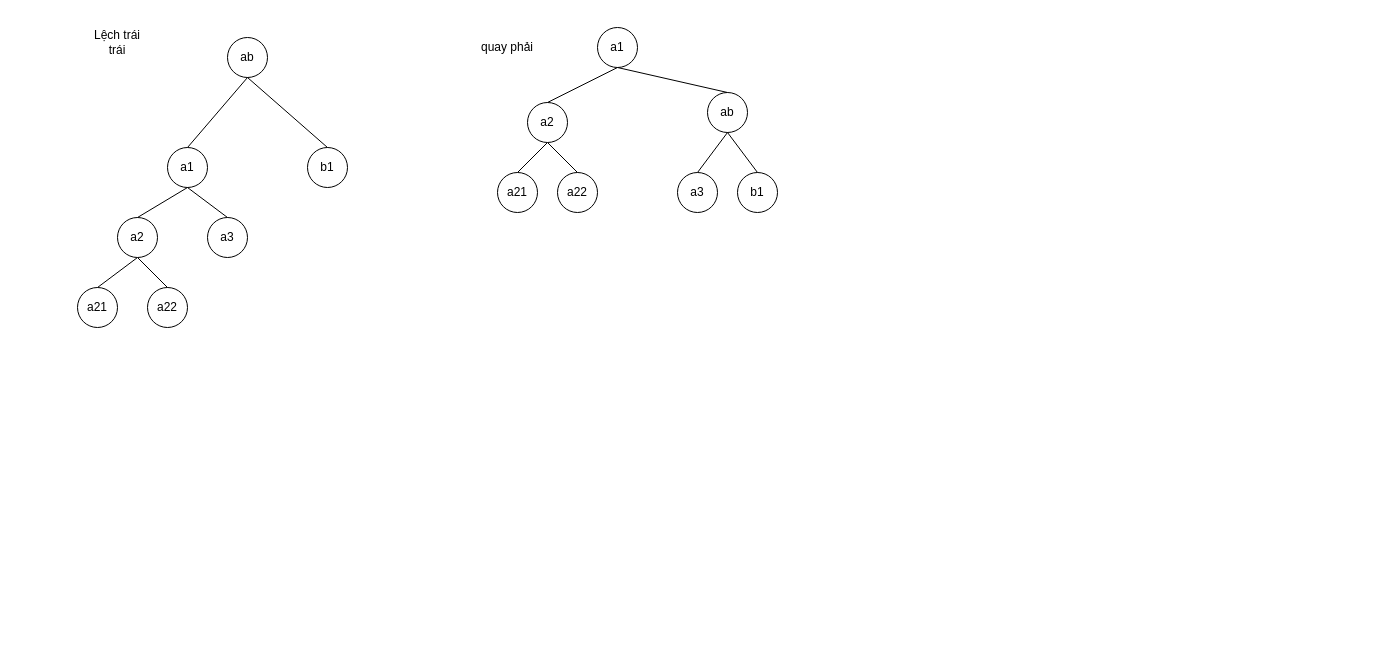
The draw.io diagram ctdl.drawio in hoThanhThien/ctdl-gt, before the edit. Source tidied: cells renumbered, new cells numbered last; positions are measured from the earlier drawing's top-left corner, leaving out a move shared by most shapes. Both pictures are drawn from the tidied source at 100%, with x=0, y=0 at pixel (77, 27).
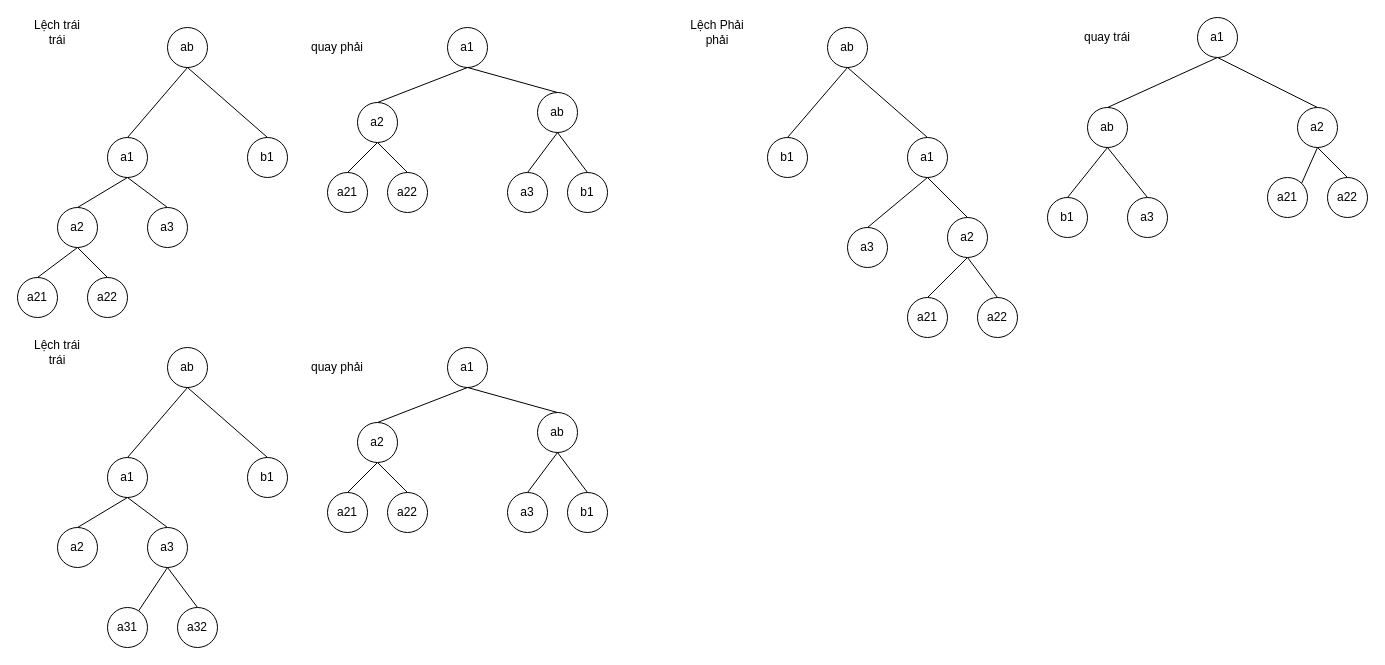
Above is the later version.

Commit message (it also covers changes not shown here):
Cập nhật ctdl.drawio

Diff of the diagram source:
```diff
@@
     <mxCell id="2" value="ab" style="ellipse;whiteSpace=wrap;html=1;" parent="1" vertex="1">
-      <mxGeometry x="150" y="10" width="40" height="40" as="geometry" />
+      <mxGeometry x="90" width="40" height="40" as="geometry" />
     </mxCell>
     <mxCell id="3" value="a1" style="ellipse;whiteSpace=wrap;html=1;" parent="1" vertex="1">
-      <mxGeometry x="90" y="120" width="40" height="40" as="geometry" />
+      <mxGeometry x="30" y="110" width="40" height="40" as="geometry" />
     </mxCell>
     <mxCell id="4" value="b1" style="ellipse;whiteSpace=wrap;html=1;" parent="1" vertex="1">
-      <mxGeometry x="230" y="120" width="40" height="40" as="geometry" />
+      <mxGeometry x="170" y="110" width="40" height="40" as="geometry" />
     </mxCell>
@@
     <mxCell id="7" value="a3" style="ellipse;whiteSpace=wrap;html=1;" parent="1" vertex="1">
-      <mxGeometry x="130" y="190" width="40" height="40" as="geometry" />
+      <mxGeometry x="70" y="180" width="40" height="40" as="geometry" />
     </mxCell>
     <mxCell id="8" value="a21" style="ellipse;whiteSpace=wrap;html=1;" parent="1" vertex="1">
-      <mxGeometry y="260" width="40" height="40" as="geometry" />
+      <mxGeometry x="-60" y="250" width="40" height="40" as="geometry" />
     </mxCell>
     <mxCell id="9" value="a22" style="ellipse;whiteSpace=wrap;html=1;" parent="1" vertex="1">
-      <mxGeometry x="70" y="260" width="40" height="40" as="geometry" />
+      <mxGeometry x="10" y="250" width="40" height="40" as="geometry" />
     </mxCell>
@@
     <mxCell id="13" value="a2" style="ellipse;whiteSpace=wrap;html=1;" parent="1" vertex="1">
-      <mxGeometry x="40" y="190" width="40" height="40" as="geometry" />
+      <mxGeometry x="-20" y="180" width="40" height="40" as="geometry" />
     </mxCell>
@@
     <mxCell id="15" value="Lệch trái trái" style="text;html=1;align=center;verticalAlign=middle;whiteSpace=wrap;rounded=0;" parent="1" vertex="1">
-      <mxGeometry x="10" width="60" height="30" as="geometry" />
+      <mxGeometry x="-50" y="-10" width="60" height="30" as="geometry" />
     </mxCell>
     <mxCell id="16" value="ab" style="ellipse;whiteSpace=wrap;html=1;" parent="1" vertex="1">
-      <mxGeometry x="630" y="65" width="40" height="40" as="geometry" />
+      <mxGeometry x="460" y="65" width="40" height="40" as="geometry" />
     </mxCell>
     <mxCell id="17" value="a1" style="ellipse;whiteSpace=wrap;html=1;" parent="1" vertex="1">
-      <mxGeometry x="520" width="40" height="40" as="geometry" />
+      <mxGeometry x="370" width="40" height="40" as="geometry" />
     </mxCell>
     <mxCell id="18" value="b1" style="ellipse;whiteSpace=wrap;html=1;" parent="1" vertex="1">
-      <mxGeometry x="660" y="145" width="40" height="40" as="geometry" />
+      <mxGeometry x="490" y="145" width="40" height="40" as="geometry" />
     </mxCell>
@@
     <mxCell id="21" value="a3" style="ellipse;whiteSpace=wrap;html=1;" parent="1" vertex="1">
-      <mxGeometry x="600" y="145" width="40" height="40" as="geometry" />
+      <mxGeometry x="430" y="145" width="40" height="40" as="geometry" />
     </mxCell>
     <mxCell id="22" value="a21" style="ellipse;whiteSpace=wrap;html=1;" parent="1" vertex="1">
-      <mxGeometry x="420" y="145" width="40" height="40" as="geometry" />
+      <mxGeometry x="250" y="145" width="40" height="40" as="geometry" />
     </mxCell>
     <mxCell id="23" value="a22" style="ellipse;whiteSpace=wrap;html=1;" parent="1" vertex="1">
-      <mxGeometry x="480" y="145" width="40" height="40" as="geometry" />
+      <mxGeometry x="310" y="145" width="40" height="40" as="geometry" />
     </mxCell>
@@
     <mxCell id="27" value="a2" style="ellipse;whiteSpace=wrap;html=1;" parent="1" vertex="1">
-      <mxGeometry x="450" y="75" width="40" height="40" as="geometry" />
+      <mxGeometry x="280" y="75" width="40" height="40" as="geometry" />
     </mxCell>
@@
     <mxCell id="29" value="quay phải" style="text;html=1;align=center;verticalAlign=middle;whiteSpace=wrap;rounded=0;" parent="1" vertex="1">
-      <mxGeometry x="400" y="5" width="60" height="30" as="geometry" />
+      <mxGeometry x="230" y="5" width="60" height="30" as="geometry" />
     </mxCell>
+    <mxCell id="30" value="ab" style="ellipse;whiteSpace=wrap;html=1;" parent="1" vertex="1">
+      <mxGeometry x="750" width="40" height="40" as="geometry" />
+    </mxCell>
+    <mxCell id="31" value="b1" style="ellipse;whiteSpace=wrap;html=1;" parent="1" vertex="1">
+      <mxGeometry x="690" y="110" width="40" height="40" as="geometry" />
+    </mxCell>
+    <mxCell id="32" value="a1" style="ellipse;whiteSpace=wrap;html=1;" parent="1" vertex="1">
+      <mxGeometry x="830" y="110" width="40" height="40" as="geometry" />
+    </mxCell>
+    <mxCell id="33" style="endArrow=none;html=1;rounded=0;exitX=0.5;exitY=1;exitDx=0;exitDy=0;entryX=0.5;entryY=0;entryDx=0;entryDy=0;" parent="1" edge="1" source="30" target="32">
+      <mxGeometry relative="1" as="geometry" />
+    </mxCell>
+    <mxCell id="34" style="endArrow=none;html=1;rounded=0;exitX=0.5;exitY=1;exitDx=0;exitDy=0;entryX=0.5;entryY=0;entryDx=0;entryDy=0;" parent="1" edge="1" source="30" target="31">
+      <mxGeometry relative="1" as="geometry" />
+    </mxCell>
+    <mxCell id="35" value="Lệch Phải phải" style="text;html=1;align=center;verticalAlign=middle;whiteSpace=wrap;rounded=0;" parent="1" vertex="1">
+      <mxGeometry x="610" y="-10" width="60" height="30" as="geometry" />
+    </mxCell>
+    <mxCell id="36" value="ab" style="ellipse;whiteSpace=wrap;html=1;" parent="1" vertex="1">
+      <mxGeometry x="1010" y="80" width="40" height="40" as="geometry" />
+    </mxCell>
+    <mxCell id="37" value="a1" style="ellipse;whiteSpace=wrap;html=1;" parent="1" vertex="1">
+      <mxGeometry x="1120" y="-10" width="40" height="40" as="geometry" />
+    </mxCell>
+    <mxCell id="38" value="b1" style="ellipse;whiteSpace=wrap;html=1;" parent="1" vertex="1">
+      <mxGeometry x="970" y="170" width="40" height="40" as="geometry" />
+    </mxCell>
+    <mxCell id="39" style="endArrow=none;html=1;rounded=0;exitX=0.5;exitY=1;exitDx=0;exitDy=0;entryX=0.5;entryY=0;entryDx=0;entryDy=0;" parent="1" edge="1" source="36" target="38">
+      <mxGeometry relative="1" as="geometry" />
+    </mxCell>
+    <mxCell id="40" style="endArrow=none;html=1;rounded=0;exitX=0.5;exitY=0;exitDx=0;exitDy=0;entryX=0.5;entryY=1;entryDx=0;entryDy=0;" parent="1" edge="1" source="36" target="37">
+      <mxGeometry relative="1" as="geometry" />
+    </mxCell>
+    <mxCell id="41" value="a3" style="ellipse;whiteSpace=wrap;html=1;" parent="1" vertex="1">
+      <mxGeometry x="1050" y="170" width="40" height="40" as="geometry" />
+    </mxCell>
+    <mxCell id="42" value="a21" style="ellipse;whiteSpace=wrap;html=1;" parent="1" vertex="1">
+      <mxGeometry x="1190" y="150" width="40" height="40" as="geometry" />
+    </mxCell>
+    <mxCell id="43" value="a22" style="ellipse;whiteSpace=wrap;html=1;" parent="1" vertex="1">
+      <mxGeometry x="1250" y="150" width="40" height="40" as="geometry" />
+    </mxCell>
+    <mxCell id="44" style="endArrow=none;html=1;rounded=0;entryX=0.5;entryY=0;entryDx=0;entryDy=0;exitX=0.5;exitY=1;exitDx=0;exitDy=0;" parent="1" edge="1" source="47" target="43">
+      <mxGeometry relative="1" as="geometry" />
+    </mxCell>
+    <mxCell id="45" style="endArrow=none;html=1;rounded=0;entryX=1;entryY=0;entryDx=0;entryDy=0;exitX=0.5;exitY=1;exitDx=0;exitDy=0;" parent="1" edge="1" source="47" target="42">
+      <mxGeometry relative="1" as="geometry" />
+    </mxCell>
+    <mxCell id="46" style="endArrow=none;html=1;rounded=0;exitX=0.5;exitY=1;exitDx=0;exitDy=0;entryX=0.5;entryY=0;entryDx=0;entryDy=0;" parent="1" edge="1" source="36" target="41">
+      <mxGeometry relative="1" as="geometry" />
+    </mxCell>
+    <mxCell id="47" value="a2" style="ellipse;whiteSpace=wrap;html=1;" parent="1" vertex="1">
+      <mxGeometry x="1220" y="80" width="40" height="40" as="geometry" />
+    </mxCell>
+    <mxCell id="48" style="endArrow=none;html=1;rounded=0;exitX=0.5;exitY=1;exitDx=0;exitDy=0;entryX=0.5;entryY=0;entryDx=0;entryDy=0;" parent="1" edge="1" source="37" target="47">
+      <mxGeometry relative="1" as="geometry" />
+    </mxCell>
+    <mxCell id="49" value="quay trái" style="text;html=1;align=center;verticalAlign=middle;whiteSpace=wrap;rounded=0;" parent="1" vertex="1">
+      <mxGeometry x="1000" y="-5" width="60" height="30" as="geometry" />
+    </mxCell>
+    <mxCell id="50" value="a3" style="ellipse;whiteSpace=wrap;html=1;" parent="1" vertex="1">
+      <mxGeometry x="770" y="200" width="40" height="40" as="geometry" />
+    </mxCell>
+    <mxCell id="51" value="a21" style="ellipse;whiteSpace=wrap;html=1;" parent="1" vertex="1">
+      <mxGeometry x="830" y="270" width="40" height="40" as="geometry" />
+    </mxCell>
+    <mxCell id="52" value="a22" style="ellipse;whiteSpace=wrap;html=1;" parent="1" vertex="1">
+      <mxGeometry x="900" y="270" width="40" height="40" as="geometry" />
+    </mxCell>
+    <mxCell id="53" style="endArrow=none;html=1;rounded=0;entryX=0.5;entryY=0;entryDx=0;entryDy=0;exitX=0.5;exitY=1;exitDx=0;exitDy=0;" parent="1" edge="1" source="56" target="52">
+      <mxGeometry relative="1" as="geometry" />
+    </mxCell>
+    <mxCell id="54" style="endArrow=none;html=1;rounded=0;entryX=0.5;entryY=0;entryDx=0;entryDy=0;exitX=0.5;exitY=1;exitDx=0;exitDy=0;" parent="1" edge="1" source="56" target="51">
+      <mxGeometry relative="1" as="geometry" />
+    </mxCell>
+    <mxCell id="55" style="endArrow=none;html=1;rounded=0;entryX=0.5;entryY=0;entryDx=0;entryDy=0;exitX=0.5;exitY=1;exitDx=0;exitDy=0;" parent="1" edge="1" source="32" target="50">
+      <mxGeometry relative="1" as="geometry" />
+    </mxCell>
+    <mxCell id="56" value="a2" style="ellipse;whiteSpace=wrap;html=1;" parent="1" vertex="1">
+      <mxGeometry x="870" y="190" width="40" height="40" as="geometry" />
+    </mxCell>
+    <mxCell id="57" style="endArrow=none;html=1;rounded=0;exitX=0.5;exitY=1;exitDx=0;exitDy=0;entryX=0.5;entryY=0;entryDx=0;entryDy=0;" parent="1" edge="1" source="32" target="56">
+      <mxGeometry relative="1" as="geometry" />
+    </mxCell>
+    <mxCell id="58" value="ab" style="ellipse;whiteSpace=wrap;html=1;" parent="1" vertex="1">
+      <mxGeometry x="90" y="320" width="40" height="40" as="geometry" />
+    </mxCell>
+    <mxCell id="59" value="a1" style="ellipse;whiteSpace=wrap;html=1;" parent="1" vertex="1">
+      <mxGeometry x="30" y="430" width="40" height="40" as="geometry" />
+    </mxCell>
+    <mxCell id="60" value="b1" style="ellipse;whiteSpace=wrap;html=1;" parent="1" vertex="1">
+      <mxGeometry x="170" y="430" width="40" height="40" as="geometry" />
+    </mxCell>
+    <mxCell id="61" style="endArrow=none;html=1;rounded=0;exitX=0.5;exitY=1;exitDx=0;exitDy=0;entryX=0.5;entryY=0;entryDx=0;entryDy=0;" parent="1" edge="1" source="58" target="60">
+      <mxGeometry relative="1" as="geometry" />
+    </mxCell>
+    <mxCell id="62" style="endArrow=none;html=1;rounded=0;exitX=0.5;exitY=1;exitDx=0;exitDy=0;entryX=0.5;entryY=0;entryDx=0;entryDy=0;" parent="1" edge="1" source="58" target="59">
+      <mxGeometry relative="1" as="geometry" />
+    </mxCell>
+    <mxCell id="63" value="a3" style="ellipse;whiteSpace=wrap;html=1;" parent="1" vertex="1">
+      <mxGeometry x="70" y="500" width="40" height="40" as="geometry" />
+    </mxCell>
+    <mxCell id="64" value="a32" style="ellipse;whiteSpace=wrap;html=1;" parent="1" vertex="1">
+      <mxGeometry x="100" y="580" width="40" height="40" as="geometry" />
+    </mxCell>
+    <mxCell id="65" style="endArrow=none;html=1;rounded=0;entryX=0.5;entryY=0;entryDx=0;entryDy=0;exitX=0.5;exitY=1;exitDx=0;exitDy=0;" parent="1" edge="1" source="63" target="64">
+      <mxGeometry relative="1" as="geometry" />
+    </mxCell>
+    <mxCell id="66" style="endArrow=none;html=1;rounded=0;exitX=0.5;exitY=1;exitDx=0;exitDy=0;" parent="1" edge="1" source="63" target="85">
+      <mxGeometry relative="1" as="geometry" />
+    </mxCell>
+    <mxCell id="67" style="endArrow=none;html=1;rounded=0;exitX=0.5;exitY=1;exitDx=0;exitDy=0;entryX=0.5;entryY=0;entryDx=0;entryDy=0;" parent="1" edge="1" source="59" target="63">
+      <mxGeometry relative="1" as="geometry" />
+    </mxCell>
+    <mxCell id="68" value="a2" style="ellipse;whiteSpace=wrap;html=1;" parent="1" vertex="1">
+      <mxGeometry x="-20" y="500" width="40" height="40" as="geometry" />
+    </mxCell>
+    <mxCell id="69" style="endArrow=none;html=1;rounded=0;exitX=0.5;exitY=1;exitDx=0;exitDy=0;entryX=0.5;entryY=0;entryDx=0;entryDy=0;" parent="1" edge="1" source="59" target="68">
+      <mxGeometry relative="1" as="geometry" />
+    </mxCell>
+    <mxCell id="70" value="Lệch trái trái" style="text;html=1;align=center;verticalAlign=middle;whiteSpace=wrap;rounded=0;" parent="1" vertex="1">
+      <mxGeometry x="-50" y="310" width="60" height="30" as="geometry" />
+    </mxCell>
+    <mxCell id="71" value="ab" style="ellipse;whiteSpace=wrap;html=1;" parent="1" vertex="1">
+      <mxGeometry x="460" y="385" width="40" height="40" as="geometry" />
+    </mxCell>
+    <mxCell id="72" value="a1" style="ellipse;whiteSpace=wrap;html=1;" parent="1" vertex="1">
+      <mxGeometry x="370" y="320" width="40" height="40" as="geometry" />
+    </mxCell>
+    <mxCell id="73" value="b1" style="ellipse;whiteSpace=wrap;html=1;" parent="1" vertex="1">
+      <mxGeometry x="490" y="465" width="40" height="40" as="geometry" />
+    </mxCell>
+    <mxCell id="74" style="endArrow=none;html=1;rounded=0;exitX=0.5;exitY=1;exitDx=0;exitDy=0;entryX=0.5;entryY=0;entryDx=0;entryDy=0;" parent="1" edge="1" source="71" target="73">
+      <mxGeometry relative="1" as="geometry" />
+    </mxCell>
+    <mxCell id="75" style="endArrow=none;html=1;rounded=0;exitX=0.5;exitY=0;exitDx=0;exitDy=0;entryX=0.5;entryY=1;entryDx=0;entryDy=0;" parent="1" edge="1" source="71" target="72">
+      <mxGeometry relative="1" as="geometry" />
+    </mxCell>
+    <mxCell id="76" value="a3" style="ellipse;whiteSpace=wrap;html=1;" parent="1" vertex="1">
+      <mxGeometry x="430" y="465" width="40" height="40" as="geometry" />
+    </mxCell>
+    <mxCell id="77" value="a21" style="ellipse;whiteSpace=wrap;html=1;" parent="1" vertex="1">
+      <mxGeometry x="250" y="465" width="40" height="40" as="geometry" />
+    </mxCell>
+    <mxCell id="78" value="a22" style="ellipse;whiteSpace=wrap;html=1;" parent="1" vertex="1">
+      <mxGeometry x="310" y="465" width="40" height="40" as="geometry" />
+    </mxCell>
+    <mxCell id="79" style="endArrow=none;html=1;rounded=0;entryX=0.5;entryY=0;entryDx=0;entryDy=0;exitX=0.5;exitY=1;exitDx=0;exitDy=0;" parent="1" edge="1" source="82" target="78">
+      <mxGeometry relative="1" as="geometry" />
+    </mxCell>
+    <mxCell id="80" style="endArrow=none;html=1;rounded=0;entryX=0.5;entryY=0;entryDx=0;entryDy=0;exitX=0.5;exitY=1;exitDx=0;exitDy=0;" parent="1" edge="1" source="82" target="77">
+      <mxGeometry relative="1" as="geometry" />
+    </mxCell>
+    <mxCell id="81" style="endArrow=none;html=1;rounded=0;exitX=0.5;exitY=1;exitDx=0;exitDy=0;entryX=0.5;entryY=0;entryDx=0;entryDy=0;" parent="1" edge="1" source="71" target="76">
+      <mxGeometry relative="1" as="geometry" />
+    </mxCell>
+    <mxCell id="82" value="a2" style="ellipse;whiteSpace=wrap;html=1;" parent="1" vertex="1">
+      <mxGeometry x="280" y="395" width="40" height="40" as="geometry" />
+    </mxCell>
+    <mxCell id="83" style="endArrow=none;html=1;rounded=0;exitX=0.5;exitY=1;exitDx=0;exitDy=0;entryX=0.5;entryY=0;entryDx=0;entryDy=0;" parent="1" edge="1" source="72" target="82">
+      <mxGeometry relative="1" as="geometry" />
+    </mxCell>
+    <mxCell id="84" value="quay phải" style="text;html=1;align=center;verticalAlign=middle;whiteSpace=wrap;rounded=0;" parent="1" vertex="1">
+      <mxGeometry x="230" y="325" width="60" height="30" as="geometry" />
+    </mxCell>
+    <mxCell id="85" value="a31" style="ellipse;whiteSpace=wrap;html=1;" parent="1" vertex="1">
+      <mxGeometry x="30" y="580" width="40" height="40" as="geometry" />
+    </mxCell>
```
